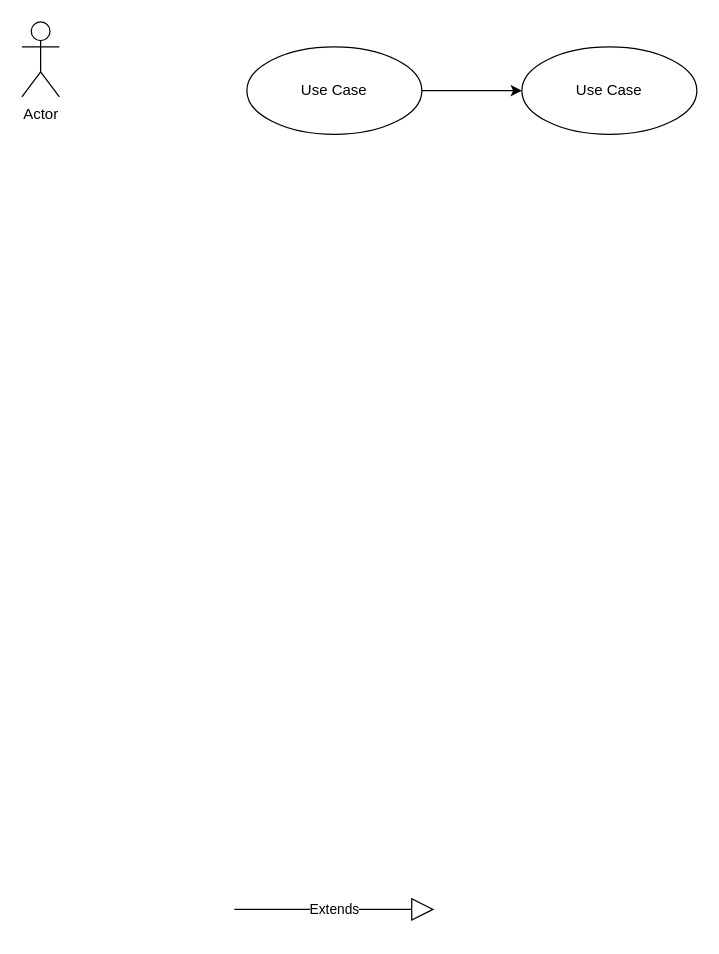
This is module_2/Untitled Diagram.drawio from SheinEA/gb_architect, a draw.io file, before an edit. Source tidied: cells renumbered, new cells numbered last; positions are measured from the earlier drawing's top-left corner, leaving out a move shared by most shapes. Both pictures are drawn from the tidied source at 125%, with x=0, y=0 at pixel (21, 21).
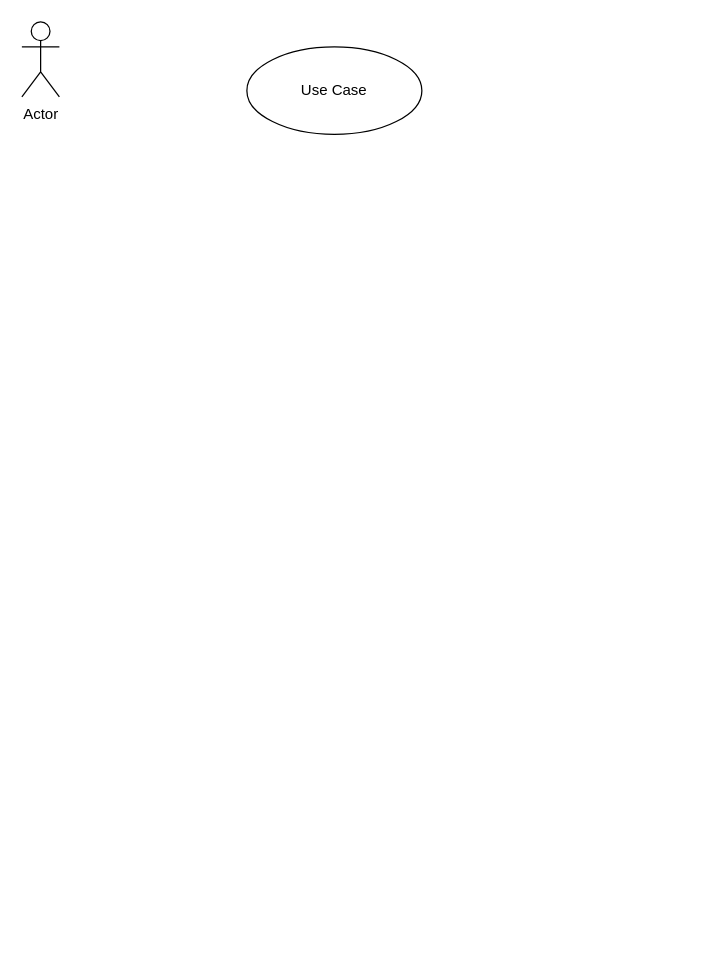
The same diagram, later.

Change to the diagram source:
```diff
@@
 <mxGraphModel>
   <root>
     <mxCell id="0" />
     <mxCell id="1" parent="0" />
-    <mxCell id="2" style="edgeStyle=orthogonalEdgeStyle;rounded=0;jettySize=auto;html=1;" parent="1" edge="1" source="3" target="6">
-      <mxGeometry relative="1" as="geometry" />
-    </mxCell>
     <mxCell id="3" value="Use Case" style="ellipse;whiteSpace=wrap;html=1;" parent="1" vertex="1">
       <mxGeometry x="180" y="20" width="140" height="70" as="geometry" />
     </mxCell>
     <mxCell id="4" value="Actor" style="shape=umlActor;verticalLabelPosition=bottom;verticalAlign=top;html=1;" parent="1" vertex="1">
       <mxGeometry width="30" height="60" as="geometry" />
     </mxCell>
-    <mxCell id="5" value="Extends" style="endArrow=block;endSize=16;endFill=0;html=1;" parent="1" edge="1">
-      <mxGeometry relative="1" as="geometry">
-        <mxPoint x="170" y="710" as="sourcePoint" />
-        <mxPoint x="330" y="710" as="targetPoint" />
-      </mxGeometry>
-    </mxCell>
-    <mxCell id="6" value="Use Case" style="ellipse;whiteSpace=wrap;html=1;" parent="1" vertex="1">
-      <mxGeometry x="400" y="20" width="140" height="70" as="geometry" />
-    </mxCell>
   </root>
 </mxGraphModel>
```
